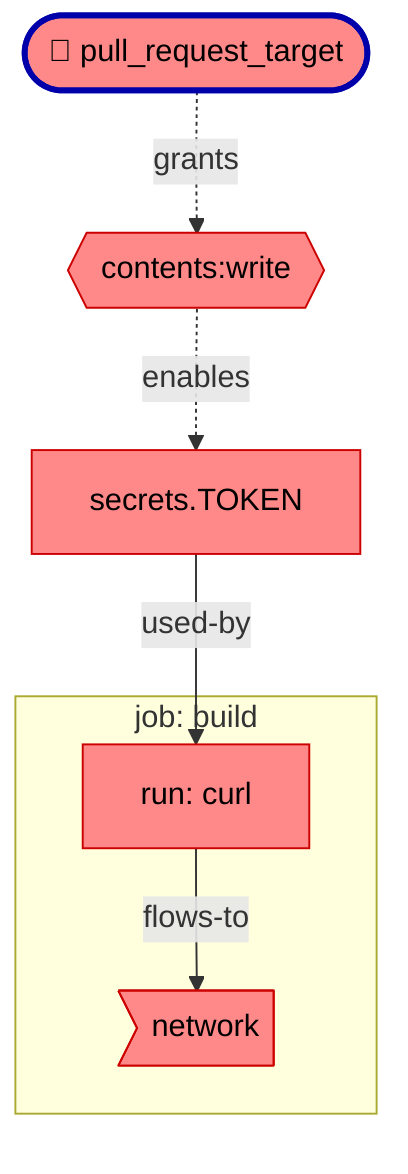
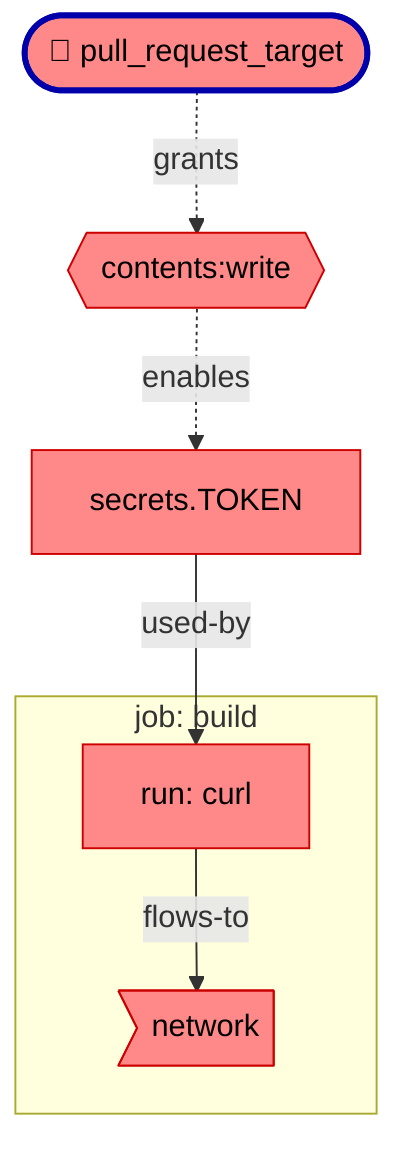
flowchart TD
  %% blast-radius: untrusted:1 secrets:1 sinks:1 (network:1)
-   n_trigger_pull_request_target(["🔧 pull_request_target"])
-   n_perm_build{{"contents:write"}}
-   n_source_build_0_secrets_TOKEN["secrets.TOKEN"]
+   n_trigger_x3A_pull_x5F_request_x5F_target(["🔧 pull_request_target"])
+   n_perm_x3A_build{{"contents:write"}}
+   n_source_x3A_build_x3A_0_x3A_secrets_x2E_TOKEN["secrets.TOKEN"]
  subgraph job_build["job: build"]
-     n_action_build_10_9["run: curl"]
-     n_sink_secret_exfiltration_build_10_9>"network"]
+     n_action_x3A_build_x3A_10_x3A_9["run: curl"]
+     n_sink_x3A_secret_x2D_exfiltration_x3A_build_x3A_10_x3A_9>"network"]
  end
-   n_action_build_10_9 -->|flows-to| n_sink_secret_exfiltration_build_10_9
-   n_perm_build -.->|enables| n_source_build_0_secrets_TOKEN
-   n_source_build_0_secrets_TOKEN -->|used-by| n_action_build_10_9
-   n_trigger_pull_request_target -.->|grants| n_perm_build
+   n_action_x3A_build_x3A_10_x3A_9 -->|flows-to| n_sink_x3A_secret_x2D_exfiltration_x3A_build_x3A_10_x3A_9
+   n_perm_x3A_build -.->|enables| n_source_x3A_build_x3A_0_x3A_secrets_x2E_TOKEN
+   n_source_x3A_build_x3A_0_x3A_secrets_x2E_TOKEN -->|used-by| n_action_x3A_build_x3A_10_x3A_9
+   n_trigger_x3A_pull_x5F_request_x5F_target -.->|grants| n_perm_x3A_build
  classDef untrusted fill:#f88,stroke:#c00,color:#000
  classDef safe fill:#eee,stroke:#bbb,color:#999
  classDef fixhere stroke:#00a,stroke-width:3px
-   class n_trigger_pull_request_target untrusted
-   class n_perm_build untrusted
-   class n_source_build_0_secrets_TOKEN untrusted
-   class n_action_build_10_9 untrusted
-   class n_sink_secret_exfiltration_build_10_9 untrusted
-   class n_trigger_pull_request_target fixhere
+   class n_trigger_x3A_pull_x5F_request_x5F_target untrusted
+   class n_perm_x3A_build untrusted
+   class n_source_x3A_build_x3A_0_x3A_secrets_x2E_TOKEN untrusted
+   class n_action_x3A_build_x3A_10_x3A_9 untrusted
+   class n_sink_x3A_secret_x2D_exfiltration_x3A_build_x3A_10_x3A_9 untrusted
+   class n_trigger_x3A_pull_x5F_request_x5F_target fixhere
